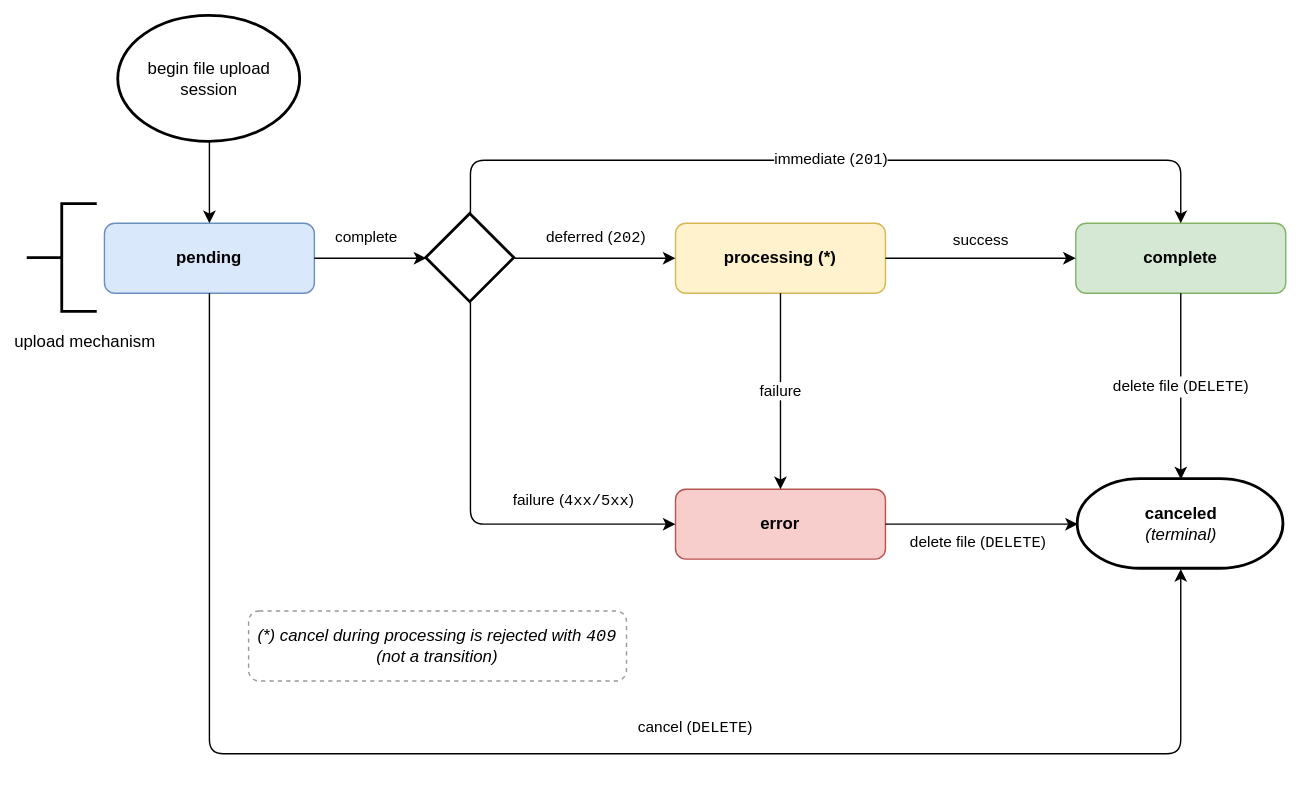
Above: peps/pep-0694/file-upload-session-states.drawio.svg in python/peps (draw.io), before the change. Source tidied: cells renumbered, new cells last; positions are measured from the earlier drawing's top-left corner, leaving out a move shared by most shapes.
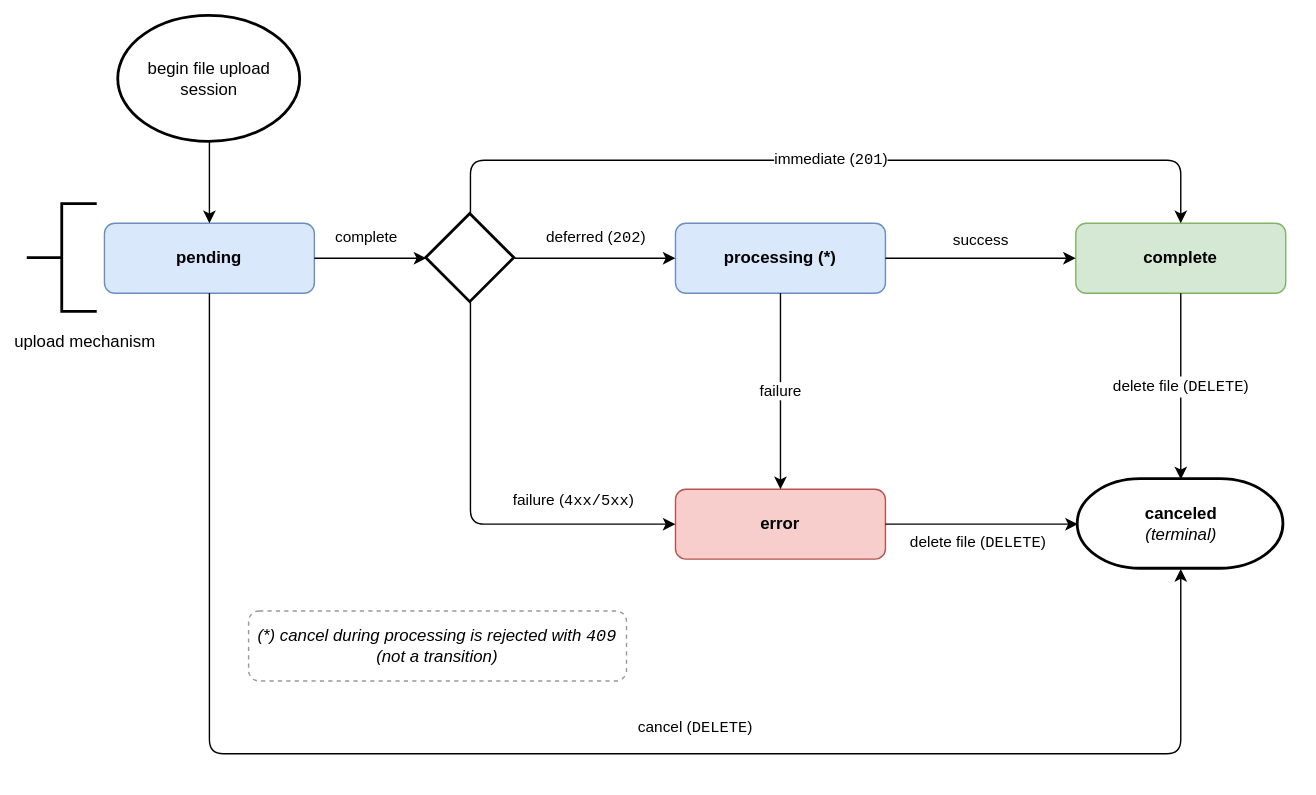
After the change.

Commit message:
Fixed all color schemes

What changed in the source:
```diff
@@ -5,7 +5,7 @@
     <mxCell id="2" value="pending" style="rounded=1;whiteSpace=wrap;html=1;fillColor=#DAE8FC;strokeColor=#6C8EBF;fontStyle=1;" parent="1" vertex="1">
       <mxGeometry x="55" y="148" width="150" height="50" as="geometry" />
     </mxCell>
-    <mxCell id="3" value="processing (*)" style="rounded=1;whiteSpace=wrap;html=1;fillColor=#FFF2CC;strokeColor=#D6B656;fontStyle=1;" parent="1" vertex="1">
+    <mxCell id="3" value="processing (*)" style="rounded=1;whiteSpace=wrap;html=1;fillColor=#DAE8FC;strokeColor=#6C8EBF;fontStyle=1;" parent="1" vertex="1">
       <mxGeometry x="463" y="148" width="150" height="50" as="geometry" />
     </mxCell>
     <mxCell id="4" value="complete" style="rounded=1;whiteSpace=wrap;html=1;fillColor=#D5E8D4;strokeColor=#82B366;fontStyle=1;" parent="1" vertex="1">
```
